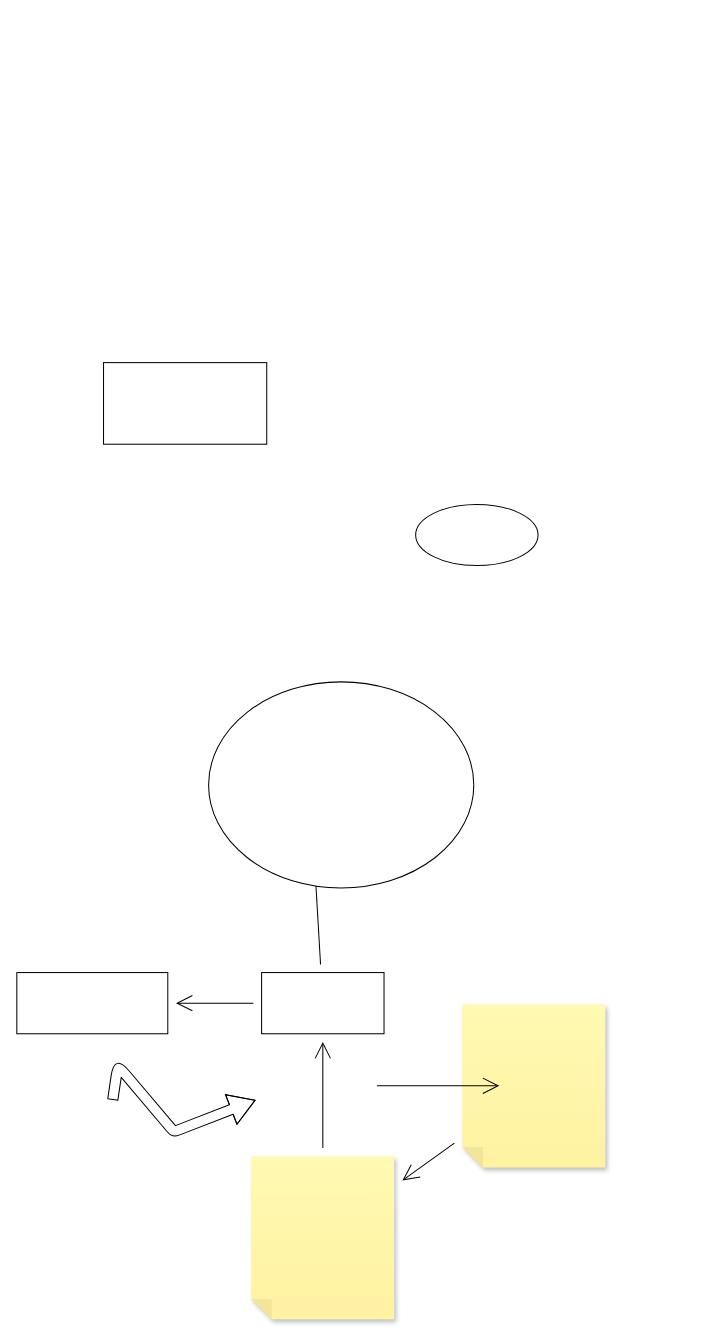
huetherdaniel/diagrams keeps this draw.io diagram as Unbenanntes Diagramm.drawio. Above is the earlier version. Source tidied: cells renumbered, new cells numbered last; positions are measured from the earlier drawing's top-left corner, leaving out a move shared by most shapes. Both pictures are drawn from the tidied source at 102%, with x=0, y=0 at pixel (16, 362).
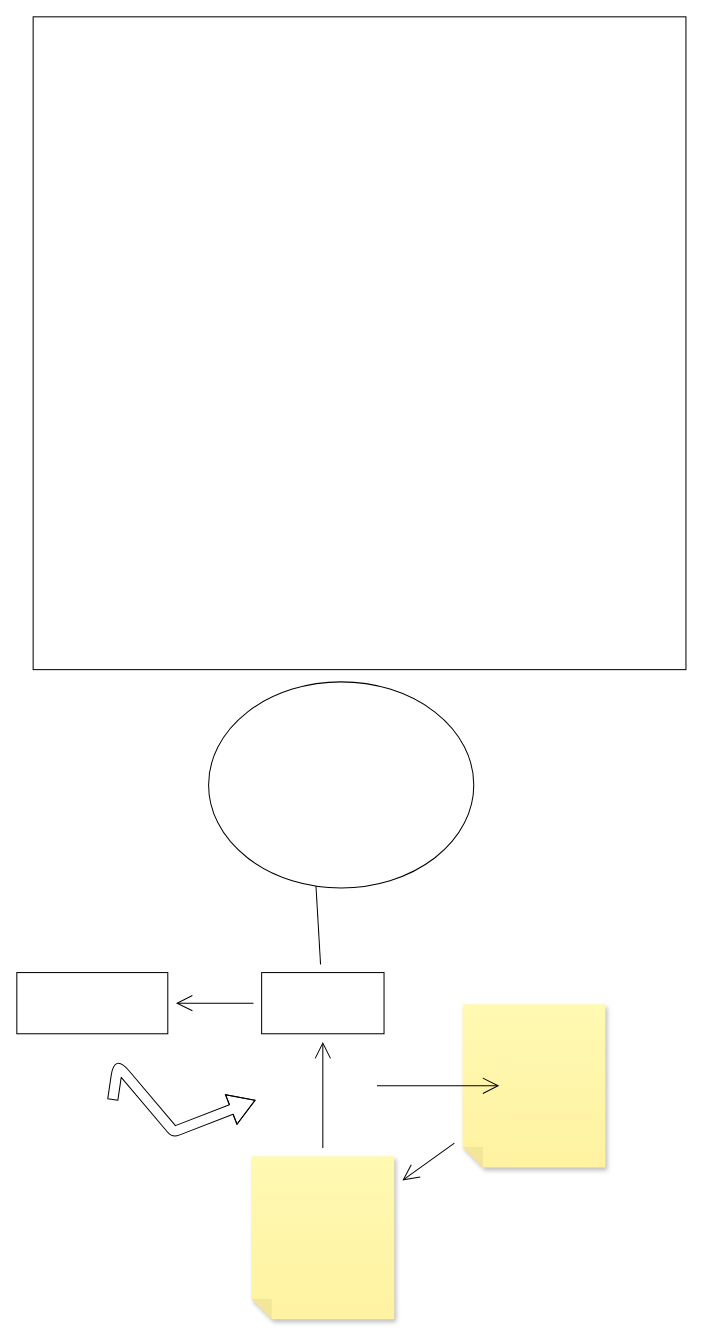
After the change.

Diff of the diagram source:
```diff
@@
+    <mxCell id="15" style="ellipse;whiteSpace=wrap;html=1;" parent="1" vertex="1">
+      <mxGeometry x="40" y="-322" width="320" height="502" as="geometry" />
+    </mxCell>
+    <mxCell id="16" style="whiteSpace=wrap;html=1;" parent="1" vertex="1">
+      <mxGeometry x="16" y="-339" width="640" height="640" as="geometry" />
+    </mxCell>
```
